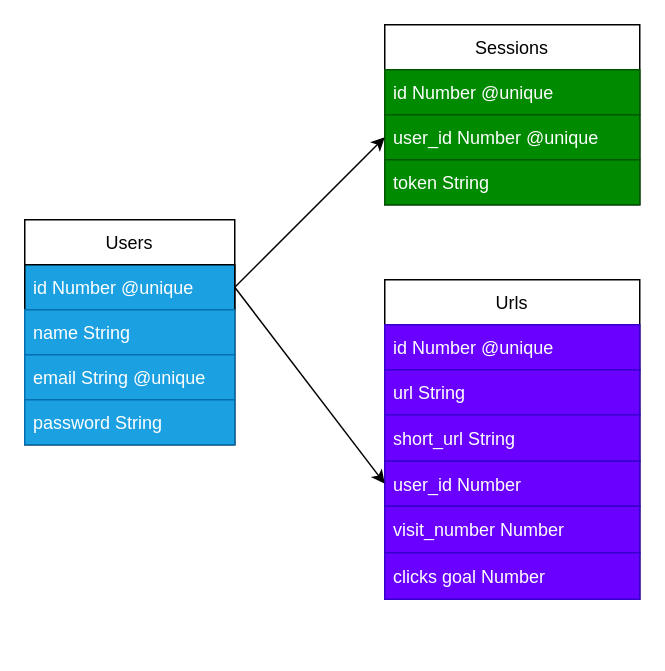
Before: page "Database" (1 of 2) of DatabaseAndArchitecture.drawio in WesleyDiasSilva/projeto17-shortly, a draw.io diagram. Source tidied: cells renumbered, new cells numbered last; positions are measured from the earlier drawing's top-left corner, leaving out a move shared by most shapes. Both pictures are drawn from the tidied source at 150%, with x=0, y=0 at pixel (24, 24).
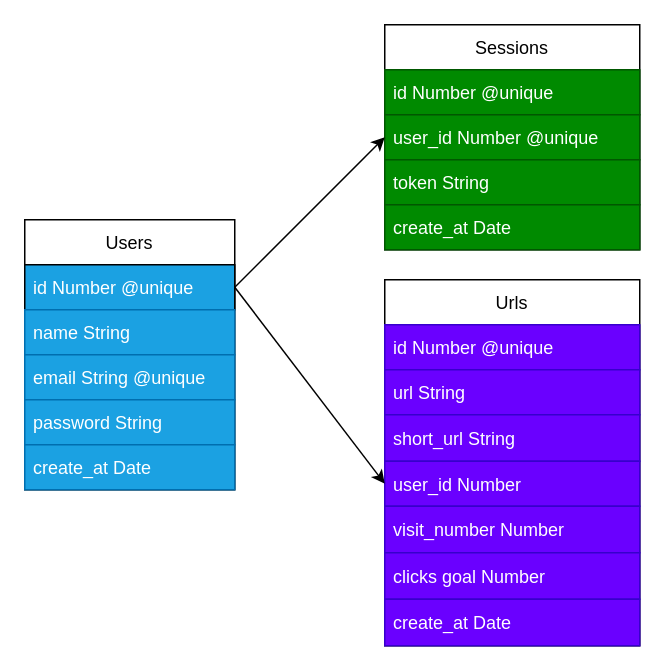
Above is the later version.

What changed in the source:
```diff
@@
     <mxCell id="2" value="Users" style="swimlane;fontStyle=0;horizontal=1;startSize=30;" parent="1" vertex="1">
-      <mxGeometry y="130" width="140" height="150" as="geometry" />
+      <mxGeometry y="130" width="140" height="180" as="geometry" />
     </mxCell>
@@
+    <mxCell id="20" value="create_at Date" style="text;strokeColor=#006EAF;fillColor=#1ba1e2;align=left;verticalAlign=middle;spacingLeft=4;spacingRight=4;overflow=hidden;fontColor=#ffffff;rounded=0;glass=0;sketch=0;shadow=0;fontStyle=0;horizontal=1;fontSize=12;" parent="2" vertex="1">
+      <mxGeometry y="150" width="140" height="30" as="geometry" />
+    </mxCell>
     <mxCell id="7" value="Sessions" style="swimlane;fontStyle=0;horizontal=1;startSize=30;" parent="1" vertex="1">
-      <mxGeometry x="240" width="170" height="120" as="geometry" />
+      <mxGeometry x="240" width="170" height="150" as="geometry" />
     </mxCell>
@@
+    <mxCell id="21" value="create_at Date" style="text;strokeColor=#005700;fillColor=#008a00;align=left;verticalAlign=middle;spacingLeft=4;spacingRight=4;overflow=hidden;fontColor=#ffffff;" parent="7" vertex="1">
+      <mxGeometry y="120" width="170" height="30" as="geometry" />
+    </mxCell>
@@
     <mxCell id="12" value="Urls" style="swimlane;fontStyle=0;horizontal=1;startSize=30;" parent="1" vertex="1">
-      <mxGeometry x="240" y="170" width="170" height="213" as="geometry" />
+      <mxGeometry x="240" y="170" width="170" height="244" as="geometry" />
     </mxCell>
@@
+    <mxCell id="22" value="create_at Date" style="text;strokeColor=#3700CC;fillColor=#6a00ff;align=left;verticalAlign=middle;spacingLeft=4;spacingRight=4;overflow=hidden;fontColor=#ffffff;rounded=0;glass=0;sketch=0;shadow=0;fontStyle=0;horizontal=1;fontSize=12;" parent="12" vertex="1">
+      <mxGeometry y="213" width="170" height="31" as="geometry" />
+    </mxCell>
```
